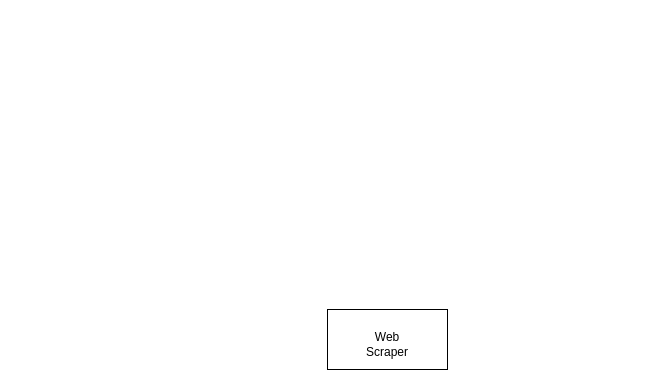
Before: Design Diagrams/D1.drawio in AAlkiyumi/Senior-Design-Project, a draw.io diagram. Source tidied: cells renumbered, new cells numbered last; positions are measured from the earlier drawing's top-left corner, leaving out a move shared by most shapes. Both pictures are drawn from the tidied source at 100%, with x=0, y=0 at pixel (327, 309).
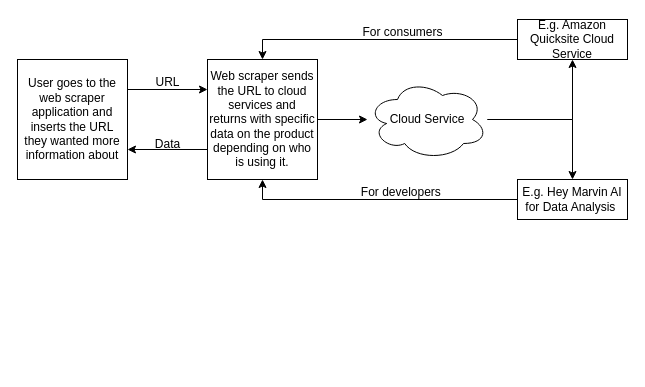
Above is the later version.

Change to the diagram source:
```diff
@@
 <mxGraphModel>
   <root>
     <mxCell id="0" />
     <mxCell id="1" parent="0" />
-    <mxCell id="2" style="rounded=0;whiteSpace=wrap;html=1;" parent="1" vertex="1">
-      <mxGeometry width="120" height="60" as="geometry" />
-    </mxCell>
-    <mxCell id="3" value="Web Scraper" style="text;html=1;align=center;verticalAlign=middle;whiteSpace=wrap;rounded=0;" parent="1" vertex="1">
-      <mxGeometry x="30" y="20" width="60" height="30" as="geometry" />
-    </mxCell>
+    <mxCell id="4" style="edgeStyle=orthogonalEdgeStyle;rounded=0;jettySize=auto;html=1;exitX=1;exitY=0.25;exitDx=0;exitDy=0;entryX=0;entryY=0.25;entryDx=0;entryDy=0;" parent="1" edge="1" source="5" target="7">
+      <mxGeometry relative="1" as="geometry" />
+    </mxCell>
+    <mxCell id="5" value="User goes to the web scraper application and inserts the URL they wanted more information about" style="rounded=0;whiteSpace=wrap;html=1;" parent="1" vertex="1">
+      <mxGeometry x="-310" y="-250" width="110" height="120" as="geometry" />
+    </mxCell>
+    <mxCell id="6" style="edgeStyle=orthogonalEdgeStyle;rounded=0;jettySize=auto;html=1;exitX=0;exitY=0.75;exitDx=0;exitDy=0;entryX=1;entryY=0.75;entryDx=0;entryDy=0;" parent="1" edge="1" source="7" target="5">
+      <mxGeometry relative="1" as="geometry" />
+    </mxCell>
+    <mxCell id="7" value="Web scraper sends the URL to cloud services and returns with specific data on the product depending on who is using it." style="rounded=0;whiteSpace=wrap;html=1;" parent="1" vertex="1">
+      <mxGeometry x="-120" y="-250" width="110" height="120" as="geometry" />
+    </mxCell>
+    <mxCell id="8" style="edgeStyle=orthogonalEdgeStyle;rounded=0;jettySize=auto;html=1;entryX=0.5;entryY=1;entryDx=0;entryDy=0;" parent="1" edge="1" source="10" target="12">
+      <mxGeometry relative="1" as="geometry" />
+    </mxCell>
+    <mxCell id="9" style="edgeStyle=orthogonalEdgeStyle;rounded=0;jettySize=auto;html=1;" parent="1" edge="1" source="10" target="14">
+      <mxGeometry relative="1" as="geometry" />
+    </mxCell>
+    <mxCell id="10" value="Cloud Service" style="ellipse;shape=cloud;whiteSpace=wrap;html=1;" parent="1" vertex="1">
+      <mxGeometry x="40" y="-230" width="120" height="80" as="geometry" />
+    </mxCell>
+    <mxCell id="11" style="edgeStyle=orthogonalEdgeStyle;rounded=0;jettySize=auto;html=1;entryX=0.5;entryY=0;entryDx=0;entryDy=0;" parent="1" edge="1" source="12" target="7">
+      <mxGeometry relative="1" as="geometry" />
+    </mxCell>
+    <mxCell id="12" value="E.g. Amazon Quicksite Cloud Service" style="rounded=0;whiteSpace=wrap;html=1;" parent="1" vertex="1">
+      <mxGeometry x="190" y="-290" width="110" height="40" as="geometry" />
+    </mxCell>
+    <mxCell id="13" style="edgeStyle=orthogonalEdgeStyle;rounded=0;jettySize=auto;html=1;entryX=0.5;entryY=1;entryDx=0;entryDy=0;" parent="1" edge="1" source="14" target="7">
+      <mxGeometry relative="1" as="geometry">
+        <Array as="points">
+          <mxPoint x="-65" y="-110" />
+        </Array>
+      </mxGeometry>
+    </mxCell>
+    <mxCell id="14" value="E.g. Hey Marvin AI for Data Analysis&amp;nbsp;" style="rounded=0;whiteSpace=wrap;html=1;" parent="1" vertex="1">
+      <mxGeometry x="190" y="-130" width="110" height="40" as="geometry" />
+    </mxCell>
+    <mxCell id="15" style="edgeStyle=orthogonalEdgeStyle;rounded=0;jettySize=auto;html=1;" parent="1" edge="1" source="7" target="10">
+      <mxGeometry relative="1" as="geometry" />
+    </mxCell>
+    <mxCell id="16" value="For developers&amp;nbsp;" style="text;html=1;align=center;verticalAlign=middle;strokeColor=none;fillColor=none;" parent="1" vertex="1">
+      <mxGeometry x="20" y="-132" width="110" height="30" as="geometry" />
+    </mxCell>
+    <mxCell id="17" value="For consumers" style="text;html=1;align=center;verticalAlign=middle;strokeColor=none;fillColor=none;" parent="1" vertex="1">
+      <mxGeometry x="25" y="-292" width="100" height="30" as="geometry" />
+    </mxCell>
+    <mxCell id="18" value="Data" style="text;html=1;align=center;verticalAlign=middle;strokeColor=none;fillColor=none;" parent="1" vertex="1">
+      <mxGeometry x="-185" y="-180" width="50" height="30" as="geometry" />
+    </mxCell>
+    <mxCell id="19" value="URL" style="text;html=1;align=center;verticalAlign=middle;strokeColor=none;fillColor=none;" parent="1" vertex="1">
+      <mxGeometry x="-185" y="-242" width="50" height="30" as="geometry" />
+    </mxCell>
   </root>
 </mxGraphModel>
```
